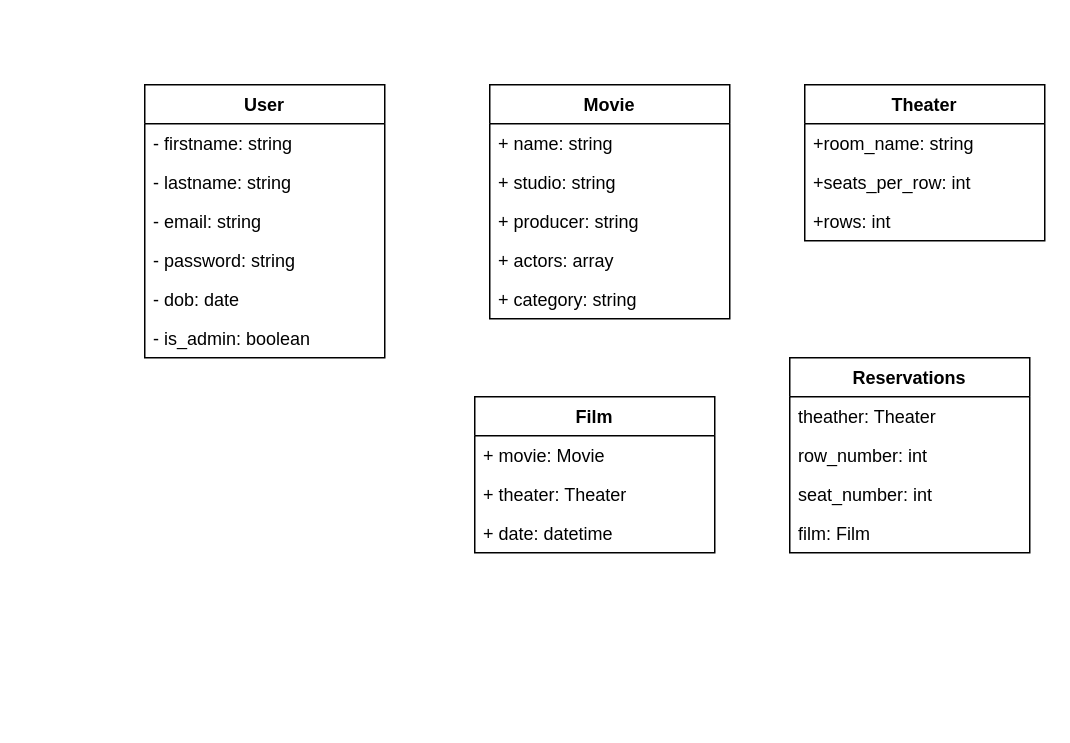
gjsstigter/Projectb keeps this draw.io diagram as Untitled Diagram.drawio. Above is the earlier version. Source tidied: cells renumbered, new cells numbered last; positions are measured from the earlier drawing's top-left corner, leaving out a move shared by most shapes. Both pictures are drawn from the tidied source at 150%, with x=0, y=0 at pixel (144, 84).
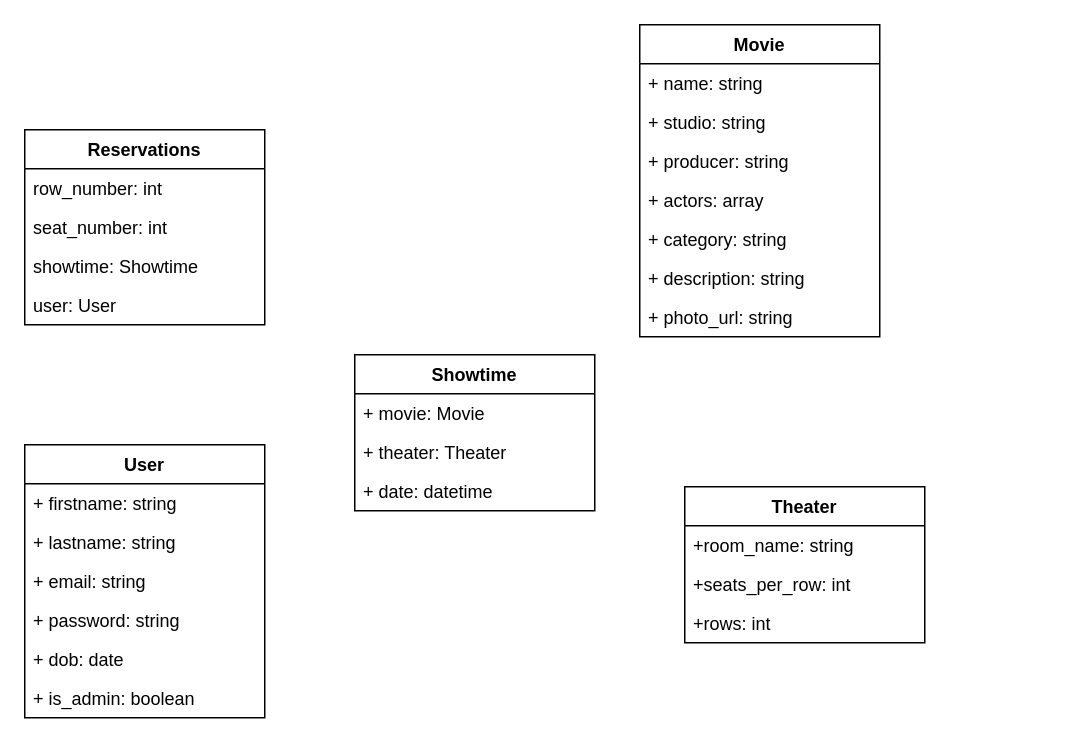
The same page after the edit.

What changed in the source:
```diff
@@
     <mxCell id="2" value="User&#10;" style="swimlane;fontStyle=1;align=center;verticalAlign=top;horizontal=1;startSize=26;" parent="1" vertex="1">
-      <mxGeometry width="160" height="182" as="geometry" />
+      <mxGeometry x="-80" y="240" width="160" height="182" as="geometry" />
     </mxCell>
-    <mxCell id="3" value="- firstname: string" style="text;strokeColor=none;fillColor=none;align=left;verticalAlign=top;spacingLeft=4;spacingRight=4;overflow=hidden;" parent="2" vertex="1">
+    <mxCell id="3" value="+ firstname: string" style="text;strokeColor=none;fillColor=none;align=left;verticalAlign=top;spacingLeft=4;spacingRight=4;overflow=hidden;" parent="2" vertex="1">
       <mxGeometry y="26" width="160" height="26" as="geometry" />
     </mxCell>
-    <mxCell id="4" value="- lastname: string&#10;" style="text;strokeColor=none;fillColor=none;align=left;verticalAlign=top;spacingLeft=4;spacingRight=4;overflow=hidden;" parent="2" vertex="1">
+    <mxCell id="4" value="+ lastname: string&#10;" style="text;strokeColor=none;fillColor=none;align=left;verticalAlign=top;spacingLeft=4;spacingRight=4;overflow=hidden;" parent="2" vertex="1">
       <mxGeometry y="52" width="160" height="26" as="geometry" />
     </mxCell>
-    <mxCell id="5" value="- email: string&#10;" style="text;strokeColor=none;fillColor=none;align=left;verticalAlign=top;spacingLeft=4;spacingRight=4;overflow=hidden;" parent="2" vertex="1">
+    <mxCell id="5" value="+ email: string&#10;" style="text;strokeColor=none;fillColor=none;align=left;verticalAlign=top;spacingLeft=4;spacingRight=4;overflow=hidden;" parent="2" vertex="1">
       <mxGeometry y="78" width="160" height="26" as="geometry" />
     </mxCell>
-    <mxCell id="6" value="- password: string&#10;" style="text;strokeColor=none;fillColor=none;align=left;verticalAlign=top;spacingLeft=4;spacingRight=4;overflow=hidden;" parent="2" vertex="1">
+    <mxCell id="6" value="+ password: string&#10;" style="text;strokeColor=none;fillColor=none;align=left;verticalAlign=top;spacingLeft=4;spacingRight=4;overflow=hidden;" parent="2" vertex="1">
       <mxGeometry y="104" width="160" height="26" as="geometry" />
     </mxCell>
-    <mxCell id="7" value="- dob: date&#10;" style="text;strokeColor=none;fillColor=none;align=left;verticalAlign=top;spacingLeft=4;spacingRight=4;overflow=hidden;" parent="2" vertex="1">
+    <mxCell id="7" value="+ dob: date&#10;" style="text;strokeColor=none;fillColor=none;align=left;verticalAlign=top;spacingLeft=4;spacingRight=4;overflow=hidden;" parent="2" vertex="1">
       <mxGeometry y="130" width="160" height="26" as="geometry" />
     </mxCell>
-    <mxCell id="8" value="- is_admin: boolean&#10;" style="text;strokeColor=none;fillColor=none;align=left;verticalAlign=top;spacingLeft=4;spacingRight=4;overflow=hidden;" parent="2" vertex="1">
+    <mxCell id="8" value="+ is_admin: boolean&#10;" style="text;strokeColor=none;fillColor=none;align=left;verticalAlign=top;spacingLeft=4;spacingRight=4;overflow=hidden;" parent="2" vertex="1">
       <mxGeometry y="156" width="160" height="26" as="geometry" />
     </mxCell>
     <mxCell id="9" value="Movie" style="swimlane;fontStyle=1;align=center;verticalAlign=top;horizontal=1;startSize=26;" parent="1" vertex="1">
-      <mxGeometry x="230" width="160" height="156" as="geometry" />
+      <mxGeometry x="330" y="-40" width="160" height="208" as="geometry" />
     </mxCell>
@@
+    <mxCell id="28" value="+ description: string" style="text;strokeColor=none;fillColor=none;align=left;verticalAlign=top;spacingLeft=4;spacingRight=4;overflow=hidden;" parent="9" vertex="1">
+      <mxGeometry y="156" width="160" height="26" as="geometry" />
+    </mxCell>
+    <mxCell id="29" value="+ photo_url: string" style="text;strokeColor=none;fillColor=none;align=left;verticalAlign=top;spacingLeft=4;spacingRight=4;overflow=hidden;" parent="9" vertex="1">
+      <mxGeometry y="182" width="160" height="26" as="geometry" />
+    </mxCell>
     <mxCell id="15" value="Theater" style="swimlane;fontStyle=1;align=center;verticalAlign=top;horizontal=1;startSize=26;" parent="1" vertex="1">
-      <mxGeometry x="440" width="160" height="104" as="geometry" />
+      <mxGeometry x="360" y="268" width="160" height="104" as="geometry" />
     </mxCell>
@@
     <mxCell id="19" value="Reservations" style="swimlane;fontStyle=1;align=center;verticalAlign=top;horizontal=1;startSize=26;" parent="1" vertex="1">
-      <mxGeometry x="430" y="182" width="160" height="130" as="geometry" />
+      <mxGeometry x="-80" y="30" width="160" height="130" as="geometry" />
     </mxCell>
-    <mxCell id="20" value="theather: Theater" style="text;strokeColor=none;fillColor=none;align=left;verticalAlign=top;spacingLeft=4;spacingRight=4;overflow=hidden;" parent="19" vertex="1">
-      <mxGeometry y="26" width="160" height="26" as="geometry" />
-    </mxCell>
     <mxCell id="21" value="row_number: int&#10;" style="text;strokeColor=none;fillColor=none;align=left;verticalAlign=top;spacingLeft=4;spacingRight=4;overflow=hidden;" parent="19" vertex="1">
-      <mxGeometry y="52" width="160" height="26" as="geometry" />
+      <mxGeometry y="26" width="160" height="26" as="geometry" />
     </mxCell>
     <mxCell id="22" value="seat_number: int" style="text;strokeColor=none;fillColor=none;align=left;verticalAlign=top;spacingLeft=4;spacingRight=4;overflow=hidden;" parent="19" vertex="1">
-      <mxGeometry y="78" width="160" height="26" as="geometry" />
+      <mxGeometry y="52" width="160" height="26" as="geometry" />
     </mxCell>
-    <mxCell id="23" value="film: Film" style="text;strokeColor=none;fillColor=none;align=left;verticalAlign=top;spacingLeft=4;spacingRight=4;overflow=hidden;" parent="19" vertex="1">
-      <mxGeometry y="104" width="160" height="26" as="geometry" />
+    <mxCell id="23" value="showtime: Showtime" style="text;strokeColor=none;fillColor=none;align=left;verticalAlign=top;spacingLeft=4;spacingRight=4;overflow=hidden;" parent="19" vertex="1">
+      <mxGeometry y="78" width="160" height="26" as="geometry" />
     </mxCell>
+    <mxCell id="30" value="user: User" style="text;strokeColor=none;fillColor=none;align=left;verticalAlign=top;spacingLeft=4;spacingRight=4;overflow=hidden;" parent="19" vertex="1">
+      <mxGeometry y="104" width="160" height="26" as="geometry" />
+    </mxCell>
-    <mxCell id="24" value="Film" style="swimlane;fontStyle=1;align=center;verticalAlign=top;horizontal=1;startSize=26;" parent="1" vertex="1">
-      <mxGeometry x="220" y="208" width="160" height="104" as="geometry" />
+    <mxCell id="24" value="Showtime&#10;&#10;" style="swimlane;fontStyle=1;align=center;verticalAlign=top;horizontal=1;startSize=26;" parent="1" vertex="1">
+      <mxGeometry x="140" y="180" width="160" height="104" as="geometry" />
     </mxCell>
```
